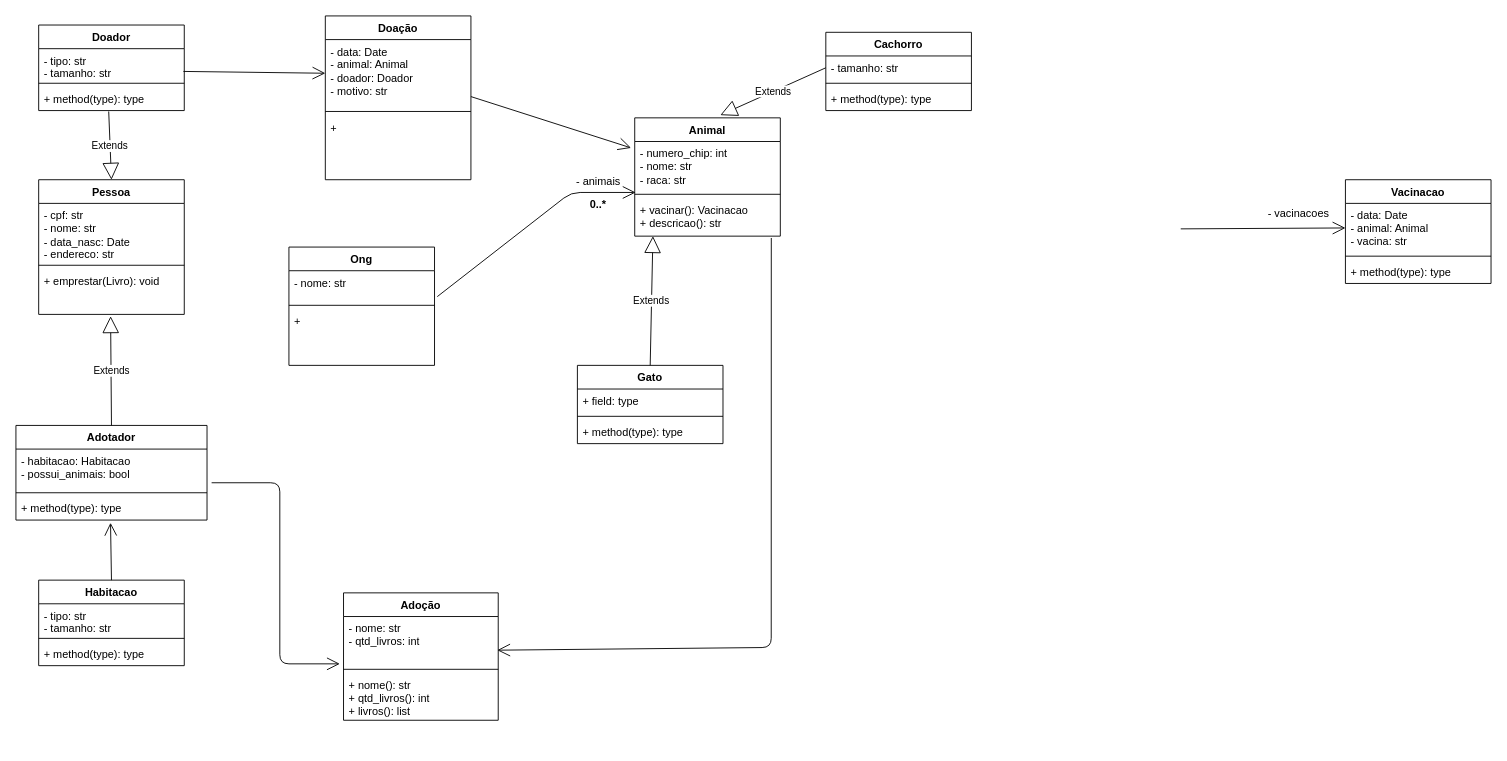
ChrisBarlera/Trabalho-DSOO1 keeps this draw.io diagram as AdoçõesONG(Classes).drawio. Above is the earlier version. Source tidied: cells renumbered, new cells numbered last; positions are measured from the earlier drawing's top-left corner, leaving out a move shared by most shapes. Both pictures are drawn from the tidied source at 91%, with x=0, y=0 at pixel (15, 15).
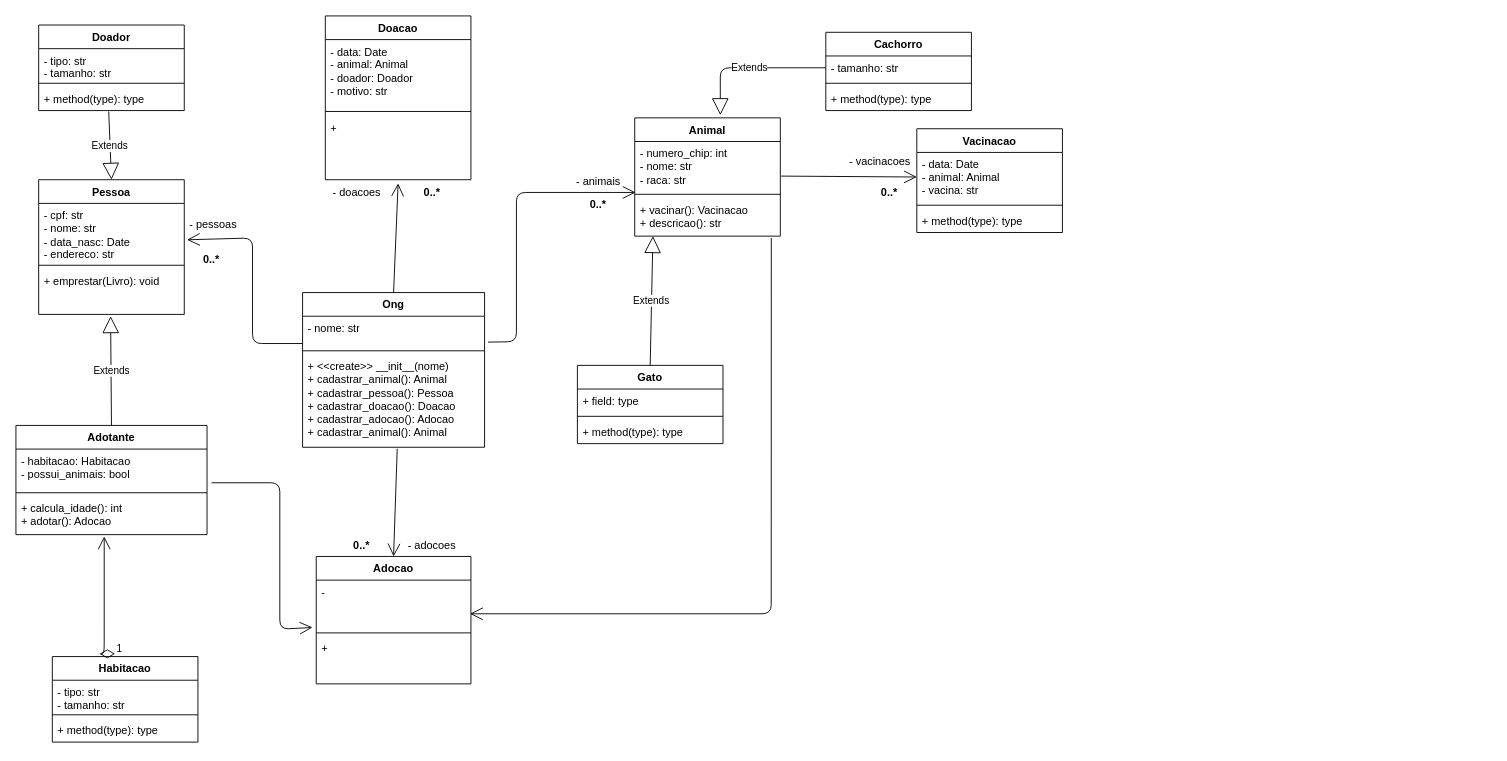
The same page after the edit.

Commit message (it also covers changes not shown here):
iniciando MVC

The change refers to these unchanged cells:
```xml
<mxCell id="7" value="- cpf: str&lt;div&gt;- nome: str&lt;br&gt;&lt;/div&gt;&lt;div&gt;- data_nasc: Date&lt;br&gt;&lt;/div&gt;&lt;div&gt;- endereco: str&lt;/div&gt;" style="text;strokeColor=none;fillColor=none;align=left;verticalAlign=top;spacingLeft=4;spacingRight=4;overflow=hidden;points=[[0,0.5],[1,0.5]];portConstraint=eastwest;whiteSpace=wrap;html=1;" parent="6" vertex="1">
  <mxGeometry y="26" width="160" height="64" as="geometry" />
</mxCell>
<mxCell id="11" value="&lt;span style=&quot;background-color: initial;&quot;&gt;- data: Date&lt;/span&gt;&lt;br&gt;&lt;div&gt;&lt;div&gt;- animal: Animal&lt;br&gt;&lt;/div&gt;&lt;/div&gt;&lt;div&gt;- doador: Doador&lt;/div&gt;&lt;div&gt;- motivo: str&lt;/div&gt;" style="text;strokeColor=none;fillColor=none;align=left;verticalAlign=top;spacingLeft=4;spacingRight=4;overflow=hidden;points=[[0,0.5],[1,0.5]];portConstraint=eastwest;whiteSpace=wrap;html=1;" parent="10" vertex="1">
  <mxGeometry y="26" width="160" height="74" as="geometry" />
</mxCell>
<mxCell id="13" value="+" style="text;strokeColor=none;fillColor=none;align=left;verticalAlign=top;spacingLeft=4;spacingRight=4;overflow=hidden;points=[[0,0.5],[1,0.5]];portConstraint=eastwest;whiteSpace=wrap;html=1;" parent="10" vertex="1">
  <mxGeometry y="110" width="160" height="70" as="geometry" />
</mxCell>
<mxCell id="18" value="Animal" style="swimlane;fontStyle=1;align=center;verticalAlign=top;horizontal=1;startSize=26;whiteSpace=wrap;html=1;" parent="1" vertex="1">
  <mxGeometry x="680" y="112" width="160" height="130" as="geometry" />
</mxCell>
<mxCell id="19" value="- numero_chip: int&lt;br&gt;- nome: str&lt;br&gt;&lt;div&gt;- raca: str&lt;br&gt;&lt;/div&gt;" style="text;strokeColor=none;fillColor=none;align=left;verticalAlign=top;spacingLeft=4;spacingRight=4;overflow=hidden;points=[[0,0.5],[1,0.5]];portConstraint=eastwest;whiteSpace=wrap;html=1;" parent="18" vertex="1">
  <mxGeometry y="26" width="160" height="54" as="geometry" />
</mxCell>
<mxCell id="21" value="+ vacinar(): Vacinacao&lt;div&gt;+ descricao(): str&lt;br&gt;&lt;/div&gt;" style="text;strokeColor=none;fillColor=none;align=left;verticalAlign=top;spacingLeft=4;spacingRight=4;overflow=hidden;points=[[0,0.5],[1,0.5]];portConstraint=eastwest;whiteSpace=wrap;html=1;" parent="18" vertex="1">
  <mxGeometry y="88" width="160" height="42" as="geometry" />
</mxCell>
<mxCell id="27" value="- tamanho: str" style="text;strokeColor=none;fillColor=none;align=left;verticalAlign=top;spacingLeft=4;spacingRight=4;overflow=hidden;points=[[0,0.5],[1,0.5]];portConstraint=eastwest;" parent="26" vertex="1">
  <mxGeometry y="26" width="160" height="26" as="geometry" />
</mxCell>
<mxCell id="33" value="- habitacao: Habitacao&#10;- possui_animais: bool" style="text;strokeColor=none;fillColor=none;align=left;verticalAlign=top;spacingLeft=4;spacingRight=4;overflow=hidden;points=[[0,0.5],[1,0.5]];portConstraint=eastwest;" parent="32" vertex="1">
  <mxGeometry y="26" width="210" height="44" as="geometry" />
</mxCell>
<mxCell id="38" value="- data: Date&#10;- animal: Animal&#10;- vacina: str" style="text;strokeColor=none;fillColor=none;align=left;verticalAlign=top;spacingLeft=4;spacingRight=4;overflow=hidden;points=[[0,0.5],[1,0.5]];portConstraint=eastwest;" parent="37" vertex="1">
  <mxGeometry y="26" width="160" height="54" as="geometry" />
</mxCell>
<mxCell id="48" value="- tipo: str&#10;- tamanho: str" style="text;strokeColor=none;fillColor=none;align=left;verticalAlign=top;spacingLeft=4;spacingRight=4;overflow=hidden;points=[[0,0.5],[1,0.5]];portConstraint=eastwest;" parent="47" vertex="1">
  <mxGeometry y="26" width="160" height="34" as="geometry" />
</mxCell>
```

The edit, as a diff of the source:
```diff
@@
     <mxCell id="2" value="Ong" style="swimlane;fontStyle=1;align=center;verticalAlign=top;horizontal=1;startSize=26;whiteSpace=wrap;html=1;" parent="1" vertex="1">
-      <mxGeometry x="300" y="254" width="160" height="130" as="geometry" />
+      <mxGeometry x="315" y="304" width="200" height="170" as="geometry" />
     </mxCell>
     <mxCell id="3" value="- nome: str" style="text;strokeColor=none;fillColor=none;align=left;verticalAlign=top;spacingLeft=4;spacingRight=4;overflow=hidden;points=[[0,0.5],[1,0.5]];portConstraint=eastwest;whiteSpace=wrap;html=1;" parent="2" vertex="1">
-      <mxGeometry y="26" width="160" height="34" as="geometry" />
+      <mxGeometry y="26" width="200" height="34" as="geometry" />
     </mxCell>
     <mxCell id="4" style="line;strokeWidth=1;fillColor=none;align=left;verticalAlign=middle;spacingTop=-1;spacingLeft=3;spacingRight=3;labelPosition=right;strokeColor=inherit;" parent="2" vertex="1">
-      <mxGeometry y="60" width="160" height="8" as="geometry" />
+      <mxGeometry y="60" width="200" height="8" as="geometry" />
     </mxCell>
-    <mxCell id="5" value="+&amp;nbsp;" style="text;strokeColor=none;fillColor=none;align=left;verticalAlign=top;spacingLeft=4;spacingRight=4;overflow=hidden;points=[[0,0.5],[1,0.5]];portConstraint=eastwest;whiteSpace=wrap;html=1;" parent="2" vertex="1">
-      <mxGeometry y="68" width="160" height="62" as="geometry" />
+    <mxCell id="5" value="&lt;span style=&quot;&quot;&gt;+ &amp;lt;&amp;lt;create&amp;gt;&amp;gt; __init__(nome)&lt;/span&gt;&lt;br&gt;+ cadastrar_animal(): Animal&amp;nbsp;&lt;br&gt;+ cadastrar_pessoa(): Pessoa&amp;nbsp;&lt;br&gt;+ cadastrar_doacao(): Doacao&lt;br&gt;+ cadastrar_adocao(): Adocao&lt;br&gt;+ cadastrar_animal(): Animal&amp;nbsp;&amp;nbsp;" style="text;strokeColor=none;fillColor=none;align=left;verticalAlign=top;spacingLeft=4;spacingRight=4;overflow=hidden;points=[[0,0.5],[1,0.5]];portConstraint=eastwest;whiteSpace=wrap;html=1;" parent="2" vertex="1">
+      <mxGeometry y="68" width="200" height="102" as="geometry" />
     </mxCell>
@@
-    <mxCell id="10" value="Doação" style="swimlane;fontStyle=1;align=center;verticalAlign=top;horizontal=1;startSize=26;whiteSpace=wrap;html=1;" parent="1" vertex="1">
+    <mxCell id="10" value="Doacao" style="swimlane;fontStyle=1;align=center;verticalAlign=top;horizontal=1;startSize=26;whiteSpace=wrap;html=1;" parent="1" vertex="1">
       <mxGeometry x="340" width="160" height="180" as="geometry" />
     </mxCell>
@@
-    <mxCell id="14" value="Adoção" style="swimlane;fontStyle=1;align=center;verticalAlign=top;horizontal=1;startSize=26;whiteSpace=wrap;html=1;" parent="1" vertex="1">
-      <mxGeometry x="360" y="634" width="170" height="140" as="geometry" />
+    <mxCell id="14" value="Adocao" style="swimlane;fontStyle=1;align=center;verticalAlign=top;horizontal=1;startSize=26;whiteSpace=wrap;html=1;" parent="1" vertex="1">
+      <mxGeometry x="330" y="594" width="170" height="140" as="geometry" />
     </mxCell>
-    <mxCell id="15" value="- nome: str&lt;div&gt;- qtd_livros: int&lt;/div&gt;" style="text;strokeColor=none;fillColor=none;align=left;verticalAlign=top;spacingLeft=4;spacingRight=4;overflow=hidden;points=[[0,0.5],[1,0.5]];portConstraint=eastwest;whiteSpace=wrap;html=1;" parent="14" vertex="1">
+    <mxCell id="15" value="-" style="text;strokeColor=none;fillColor=none;align=left;verticalAlign=top;spacingLeft=4;spacingRight=4;overflow=hidden;points=[[0,0.5],[1,0.5]];portConstraint=eastwest;whiteSpace=wrap;html=1;" parent="14" vertex="1">
       <mxGeometry y="26" width="170" height="54" as="geometry" />
     </mxCell>
@@
-    <mxCell id="17" value="&lt;div&gt;+ nome(): str&lt;br&gt;&lt;/div&gt;&lt;div&gt;+ qtd_livros(): int&lt;span style=&quot;color: rgba(0, 0, 0, 0); font-family: monospace; font-size: 0px; text-wrap: nowrap;&quot;&gt;&lt;br&gt;&lt;/span&gt;&lt;/div&gt;&lt;div&gt;+ livros(): list&lt;/div&gt;" style="text;strokeColor=none;fillColor=none;align=left;verticalAlign=top;spacingLeft=4;spacingRight=4;overflow=hidden;whiteSpace=wrap;html=1;" parent="14" vertex="1">
+    <mxCell id="17" value="&lt;div&gt;+&lt;/div&gt;" style="text;strokeColor=none;fillColor=none;align=left;verticalAlign=top;spacingLeft=4;spacingRight=4;overflow=hidden;whiteSpace=wrap;html=1;" parent="14" vertex="1">
       <mxGeometry y="88" width="170" height="52" as="geometry" />
     </mxCell>
@@
     <mxCell id="31" value="Extends" style="endArrow=block;endSize=16;endFill=0;html=1;exitX=0;exitY=0.5;exitDx=0;exitDy=0;entryX=0.588;entryY=-0.023;entryDx=0;entryDy=0;entryPerimeter=0;" parent="1" edge="1" source="27" target="18">
-      <mxGeometry relative="1" as="geometry" />
+      <mxGeometry relative="1" as="geometry">
+        <Array as="points">
+          <mxPoint x="774" y="57" />
+        </Array>
+      </mxGeometry>
     </mxCell>
-    <mxCell id="32" value="Adotador" style="swimlane;fontStyle=1;align=center;verticalAlign=top;horizontal=1;startSize=26;" parent="1" vertex="1">
-      <mxGeometry y="450" width="210" height="104" as="geometry" />
+    <mxCell id="32" value="Adotante" style="swimlane;fontStyle=1;align=center;verticalAlign=top;horizontal=1;startSize=26;" parent="1" vertex="1">
+      <mxGeometry y="450" width="210" height="120" as="geometry" />
     </mxCell>
@@
-    <mxCell id="35" value="+ method(type): type" style="text;strokeColor=none;fillColor=none;align=left;verticalAlign=top;spacingLeft=4;spacingRight=4;overflow=hidden;points=[[0,0.5],[1,0.5]];portConstraint=eastwest;" parent="32" vertex="1">
-      <mxGeometry y="78" width="210" height="26" as="geometry" />
+    <mxCell id="35" value="+ calcula_idade(): int&#10;+ adotar(): Adocao" style="text;strokeColor=none;fillColor=none;align=left;verticalAlign=top;spacingLeft=4;spacingRight=4;overflow=hidden;points=[[0,0.5],[1,0.5]];portConstraint=eastwest;" parent="32" vertex="1">
+      <mxGeometry y="78" width="210" height="42" as="geometry" />
     </mxCell>
@@
     <mxCell id="37" value="Vacinacao" style="swimlane;fontStyle=1;align=center;verticalAlign=top;horizontal=1;startSize=26;" parent="1" vertex="1">
-      <mxGeometry x="1461" y="180" width="160" height="114" as="geometry" />
+      <mxGeometry x="990" y="124" width="160" height="114" as="geometry" />
     </mxCell>
@@
-    <mxCell id="41" style="endArrow=open;endFill=1;endSize=12;html=1;entryX=0;entryY=0.5;entryDx=0;entryDy=0;" parent="1" edge="1" target="38">
-      <mxGeometry relative="1" as="geometry">
-        <mxPoint x="1280" y="234" as="sourcePoint" />
-      </mxGeometry>
+    <mxCell id="41" style="endArrow=open;endFill=1;endSize=12;html=1;entryX=0;entryY=0.5;entryDx=0;entryDy=0;exitX=1.006;exitY=0.704;exitDx=0;exitDy=0;exitPerimeter=0;" parent="1" edge="1" source="19" target="38">
+      <mxGeometry relative="1" as="geometry" />
     </mxCell>
     <mxCell id="42" value="- vacinacoes" style="text;strokeColor=none;fillColor=none;align=left;verticalAlign=top;spacingLeft=4;spacingRight=4;overflow=hidden;" parent="1" vertex="1">
-      <mxGeometry x="1370" y="204" width="100" height="26" as="geometry" />
+      <mxGeometry x="910" y="146" width="100" height="26" as="geometry" />
     </mxCell>
     <mxCell id="43" value="Habitacao" style="swimlane;fontStyle=1;align=center;verticalAlign=top;horizontal=1;startSize=26;" parent="1" vertex="1">
-      <mxGeometry x="25" y="620" width="160" height="94" as="geometry" />
+      <mxGeometry x="40" y="704" width="160" height="94" as="geometry" />
     </mxCell>
@@
-    <mxCell id="51" style="endArrow=open;endFill=1;endSize=12;html=1;exitX=0.5;exitY=0;exitDx=0;exitDy=0;entryX=0.495;entryY=1.116;entryDx=0;entryDy=0;entryPerimeter=0;" parent="1" edge="1" source="43" target="35">
-      <mxGeometry relative="1" as="geometry" />
-    </mxCell>
     <mxCell id="52" style="endArrow=open;endFill=1;endSize=12;html=1;exitX=1.019;exitY=0.837;exitDx=0;exitDy=0;exitPerimeter=0;entryX=0.006;entryY=1.037;entryDx=0;entryDy=0;entryPerimeter=0;" parent="1" edge="1" source="3" target="19">
       <mxGeometry relative="1" as="geometry">
         <Array as="points">
-          <mxPoint x="610" y="194" />
+          <mxPoint x="550" y="358" />
+          <mxPoint x="550" y="194" />
         </Array>
       </mxGeometry>
     </mxCell>
@@
-    <mxCell id="56" style="endArrow=open;endFill=1;endSize=12;html=1;exitX=0.994;exitY=0.735;exitDx=0;exitDy=0;exitPerimeter=0;entryX=0;entryY=0.5;entryDx=0;entryDy=0;" parent="1" edge="1" source="48" target="11">
-      <mxGeometry relative="1" as="geometry" />
-    </mxCell>
-    <mxCell id="57" style="endArrow=open;endFill=1;endSize=12;html=1;entryX=-0.025;entryY=0.13;entryDx=0;entryDy=0;entryPerimeter=0;" parent="1" edge="1" source="11" target="19">
-      <mxGeometry relative="1" as="geometry" />
-    </mxCell>
     <mxCell id="58" style="endArrow=open;endFill=1;endSize=12;html=1;exitX=0.938;exitY=1.048;exitDx=0;exitDy=0;exitPerimeter=0;entryX=0.994;entryY=0.685;entryDx=0;entryDy=0;entryPerimeter=0;" parent="1" edge="1" source="21" target="15">
       <mxGeometry relative="1" as="geometry">
         <Array as="points">
-          <mxPoint x="830" y="694" />
+          <mxPoint x="830" y="657" />
         </Array>
       </mxGeometry>
     </mxCell>
     <mxCell id="59" style="endArrow=open;endFill=1;endSize=12;html=1;exitX=1.024;exitY=0.841;exitDx=0;exitDy=0;exitPerimeter=0;entryX=-0.024;entryY=0.963;entryDx=0;entryDy=0;entryPerimeter=0;" parent="1" edge="1" source="33" target="15">
       <mxGeometry relative="1" as="geometry">
         <Array as="points">
           <mxPoint x="290" y="513" />
-          <mxPoint x="290" y="712" />
+          <mxPoint x="290" y="674" />
         </Array>
       </mxGeometry>
     </mxCell>
+    <mxCell id="60" style="endArrow=open;endFill=1;endSize=12;html=1;entryX=1.019;entryY=0.625;entryDx=0;entryDy=0;entryPerimeter=0;exitX=0;exitY=0.882;exitDx=0;exitDy=0;exitPerimeter=0;" parent="1" edge="1" source="3" target="7">
+      <mxGeometry relative="1" as="geometry">
+        <Array as="points">
+          <mxPoint x="260" y="360" />
+          <mxPoint x="260" y="244" />
+        </Array>
+      </mxGeometry>
+    </mxCell>
+    <mxCell id="61" value="- pessoas" style="text;strokeColor=none;fillColor=none;align=left;verticalAlign=top;spacingLeft=4;spacingRight=4;overflow=hidden;" parent="1" vertex="1">
+      <mxGeometry x="185" y="216" width="75" height="26" as="geometry" />
+    </mxCell>
+    <mxCell id="62" value="0..*" style="text;align=center;fontStyle=1;verticalAlign=middle;spacingLeft=3;spacingRight=3;strokeColor=none;" parent="1" vertex="1">
+      <mxGeometry x="175" y="254" width="80" height="26" as="geometry" />
+    </mxCell>
+    <mxCell id="63" style="endArrow=open;endFill=1;endSize=12;html=1;entryX=0.5;entryY=1.057;entryDx=0;entryDy=0;entryPerimeter=0;exitX=0.5;exitY=0;exitDx=0;exitDy=0;exitPerimeter=0;" parent="1" edge="1" source="2" target="13">
+      <mxGeometry relative="1" as="geometry" />
+    </mxCell>
+    <mxCell id="64" style="endArrow=open;endFill=1;endSize=12;html=1;entryX=0.5;entryY=0;entryDx=0;entryDy=0;exitX=0.52;exitY=1.016;exitDx=0;exitDy=0;exitPerimeter=0;" parent="1" edge="1" source="5" target="14">
+      <mxGeometry relative="1" as="geometry" />
+    </mxCell>
+    <mxCell id="65" value="- adocoes" style="text;strokeColor=none;fillColor=none;align=left;verticalAlign=top;spacingLeft=4;spacingRight=4;overflow=hidden;" parent="1" vertex="1">
+      <mxGeometry x="425" y="568" width="75" height="26" as="geometry" />
+    </mxCell>
+    <mxCell id="66" value="0..*" style="text;align=center;fontStyle=1;verticalAlign=middle;spacingLeft=3;spacingRight=3;strokeColor=none;" parent="1" vertex="1">
+      <mxGeometry x="340" y="568" width="80" height="26" as="geometry" />
+    </mxCell>
+    <mxCell id="67" value="0..*" style="text;align=center;fontStyle=1;verticalAlign=middle;spacingLeft=3;spacingRight=3;strokeColor=none;" parent="1" vertex="1">
+      <mxGeometry x="417.5" y="180" width="80" height="26" as="geometry" />
+    </mxCell>
+    <mxCell id="68" value="- doacoes" style="text;strokeColor=none;fillColor=none;align=left;verticalAlign=top;spacingLeft=4;spacingRight=4;overflow=hidden;" parent="1" vertex="1">
+      <mxGeometry x="342.5" y="180" width="75" height="26" as="geometry" />
+    </mxCell>
+    <mxCell id="69" value="0..*" style="text;align=center;fontStyle=1;verticalAlign=middle;spacingLeft=3;spacingRight=3;strokeColor=none;" parent="1" vertex="1">
+      <mxGeometry x="920" y="180" width="80" height="26" as="geometry" />
+    </mxCell>
+    <mxCell id="51" value="1" style="endArrow=open;html=1;endSize=12;startArrow=diamondThin;startSize=14;startFill=0;edgeStyle=orthogonalEdgeStyle;align=left;verticalAlign=bottom;exitX=0.431;exitY=-0.032;exitDx=0;exitDy=0;exitPerimeter=0;entryX=0.462;entryY=1.048;entryDx=0;entryDy=0;entryPerimeter=0;" parent="1" edge="1" source="43" target="35">
+      <mxGeometry x="-1" y="3" relative="1" as="geometry">
+        <Array as="points">
+          <mxPoint x="97" y="701" />
+        </Array>
+      </mxGeometry>
+    </mxCell>
```
